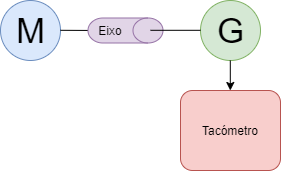
Above: 2_HMI/Tacómetro/Diagrama_ligação_motor_gerador.png in D3boker1/E-Skateboard (draw.io), before the change. Source tidied: cells renumbered, new cells last; positions are measured from the earlier drawing's top-left corner, leaving out a move shared by most shapes.
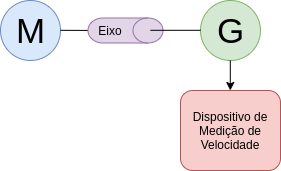
Above is the later version.

What changed in the source:
```diff
@@ -14,7 +14,7 @@
         <mxPoint x="100" y="38" as="targetPoint" />
       </mxGeometry>
     </mxCell>
-    <mxCell id="5" value="Tacómetro" style="rounded=1;whiteSpace=wrap;html=1;fillColor=#f8cecc;strokeColor=#b85450;" parent="1" vertex="1">
+    <mxCell id="5" value="Dispositivo de Medição de Velocidade" style="rounded=1;whiteSpace=wrap;html=1;fillColor=#f8cecc;strokeColor=#b85450;" parent="1" vertex="1">
       <mxGeometry x="180" y="98" width="100" height="80" as="geometry" />
     </mxCell>
     <mxCell id="6" style="endArrow=classic;html=1;" parent="1" edge="1">
```
